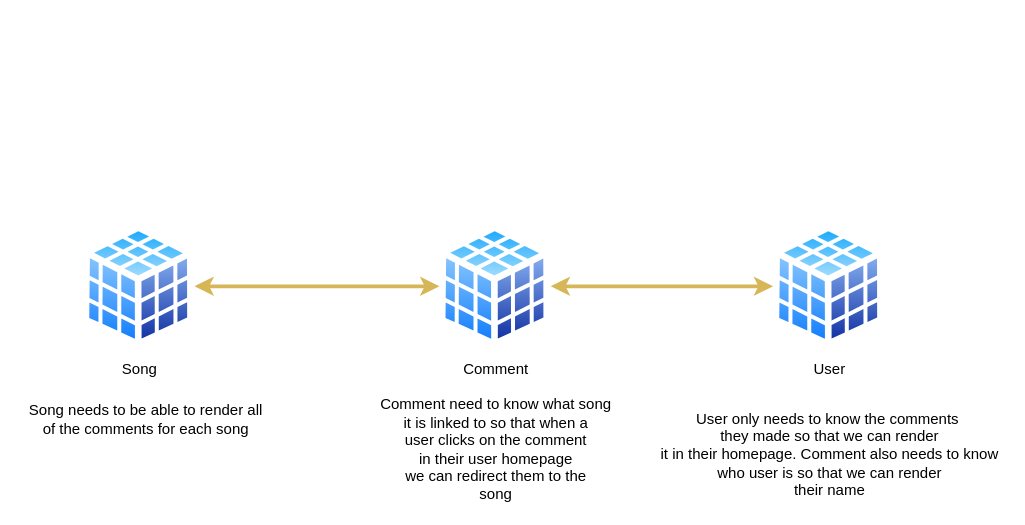
The draw.io diagram page "User, Song and Comment Relationship" (3 of 4) of VIXUN.drawio in ReyhanArdiya/VIXUN-music-finder, before the edit. Source tidied: cells renumbered, new cells numbered last; positions are measured from the earlier drawing's top-left corner, leaving out a move shared by most shapes. Both pictures are drawn from the tidied source at 125%, with x=0, y=0 at pixel (21, 224).
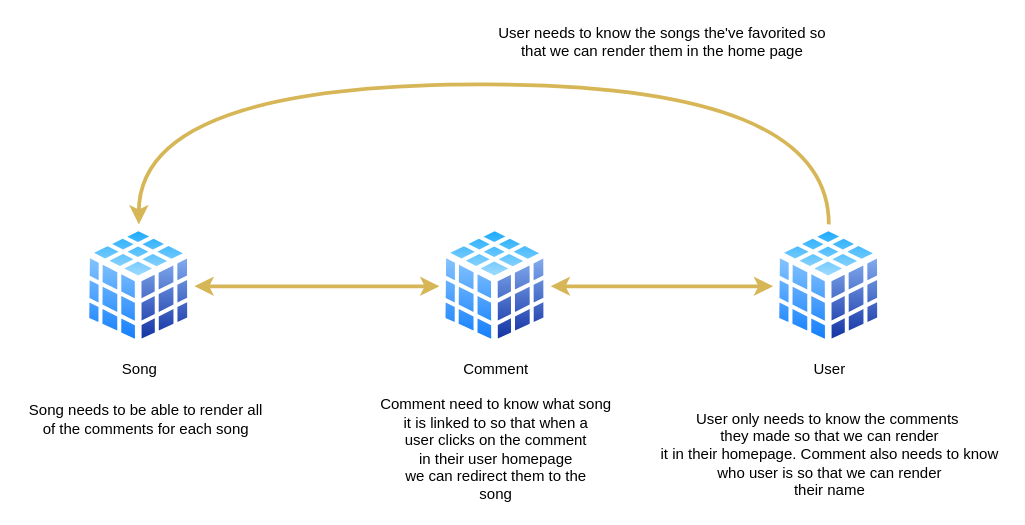
The same page after the edit.

Commit message:
Update user model diagram

Diff of the diagram source:
```diff
@@
 <mxGraphModel>
   <root>
     <mxCell id="0" />
     <mxCell id="1" parent="0" />
     <mxCell id="2" style="edgeStyle=orthogonalEdgeStyle;rounded=0;jumpStyle=arc;jettySize=auto;html=1;startArrow=classic;startFill=1;endFill=1;strokeColor=#d6b656;strokeWidth=3;fillColor=#fff2cc;" parent="1" edge="1" source="3" target="6">
       <mxGeometry relative="1" as="geometry" />
     </mxCell>
     <mxCell id="3" value="User" style="perimeter=ellipsePerimeter;html=1;align=center;shadow=0;dashed=0;spacingTop=3;image;image=img/lib/active_directory/database_cube.svg;fontFamily=Helvetica;" parent="1" vertex="1">
       <mxGeometry x="601" width="89.1" height="99" as="geometry" />
     </mxCell>
     <mxCell id="4" style="edgeStyle=orthogonalEdgeStyle;rounded=0;jettySize=auto;html=1;entryX=0;entryY=0.5;entryDx=0;entryDy=0;startArrow=classic;startFill=1;strokeColor=#d6b656;strokeWidth=3;fillColor=#fff2cc;endFill=1;" parent="1" edge="1" source="5" target="6">
       <mxGeometry relative="1" as="geometry" />
     </mxCell>
+    <mxCell id="10" style="edgeStyle=orthogonalEdgeStyle;html=1;exitX=0.5;exitY=0;exitDx=0;exitDy=0;entryX=0.5;entryY=0;entryDx=0;entryDy=0;rounded=0;strokeColor=#d6b656;startArrow=classic;startFill=1;endFill=0;strokeWidth=3;fillColor=#fff2cc;curved=1;endArrow=none;" parent="1" edge="1" source="5" target="3">
+      <mxGeometry relative="1" as="geometry">
+        <Array as="points">
+          <mxPoint x="94" y="-112" />
+          <mxPoint x="646" y="-112" />
+        </Array>
+      </mxGeometry>
+    </mxCell>
     <mxCell id="5" value="Song" style="perimeter=ellipsePerimeter;html=1;align=center;shadow=0;dashed=0;spacingTop=3;image;image=img/lib/active_directory/database_cube.svg;fontFamily=Helvetica;" parent="1" vertex="1">
       <mxGeometry x="49" width="89.1" height="99" as="geometry" />
     </mxCell>
     <mxCell id="6" value="Comment" style="perimeter=ellipsePerimeter;html=1;align=center;shadow=0;dashed=0;spacingTop=3;image;image=img/lib/active_directory/database_cube.svg;fontFamily=Helvetica;" parent="1" vertex="1">
       <mxGeometry x="334" width="89.1" height="99" as="geometry" />
     </mxCell>
     <mxCell id="7" value="Song needs to be able to render all &lt;br&gt;of the comments for each song" style="text;html=1;align=center;verticalAlign=middle;strokeColor=none;fillColor=none;" parent="1" vertex="1">
       <mxGeometry y="140" width="197" height="32" as="geometry" />
     </mxCell>
     <mxCell id="8" value="Comment need to know what song&lt;br&gt;it is linked to so that when a&lt;br&gt;user clicks on the comment&lt;br&gt;in their user homepage&lt;br&gt;we can redirect them to the&lt;br&gt;song" style="text;html=1;align=center;verticalAlign=middle;strokeColor=none;fillColor=none;" parent="1" vertex="1">
       <mxGeometry x="281.1" y="136" width="195" height="88" as="geometry" />
     </mxCell>
     <mxCell id="9" value="User only needs to know the comments&amp;nbsp;&lt;br&gt;they made so that we can render&lt;br&gt;it in their homepage. Comment also needs to know&lt;br&gt;who user is so that we can render&lt;br&gt;their name" style="text;html=1;align=center;verticalAlign=middle;strokeColor=none;fillColor=none;" parent="1" vertex="1">
       <mxGeometry x="506" y="148" width="280" height="72" as="geometry" />
     </mxCell>
+    <mxCell id="11" value="User needs to know the songs the've favorited so&lt;br&gt;that we can render them in the home page" style="text;html=1;align=center;verticalAlign=middle;strokeColor=none;fillColor=none;" parent="1" vertex="1">
+      <mxGeometry x="376" y="-162" width="272" height="31" as="geometry" />
+    </mxCell>
   </root>
 </mxGraphModel>
```
